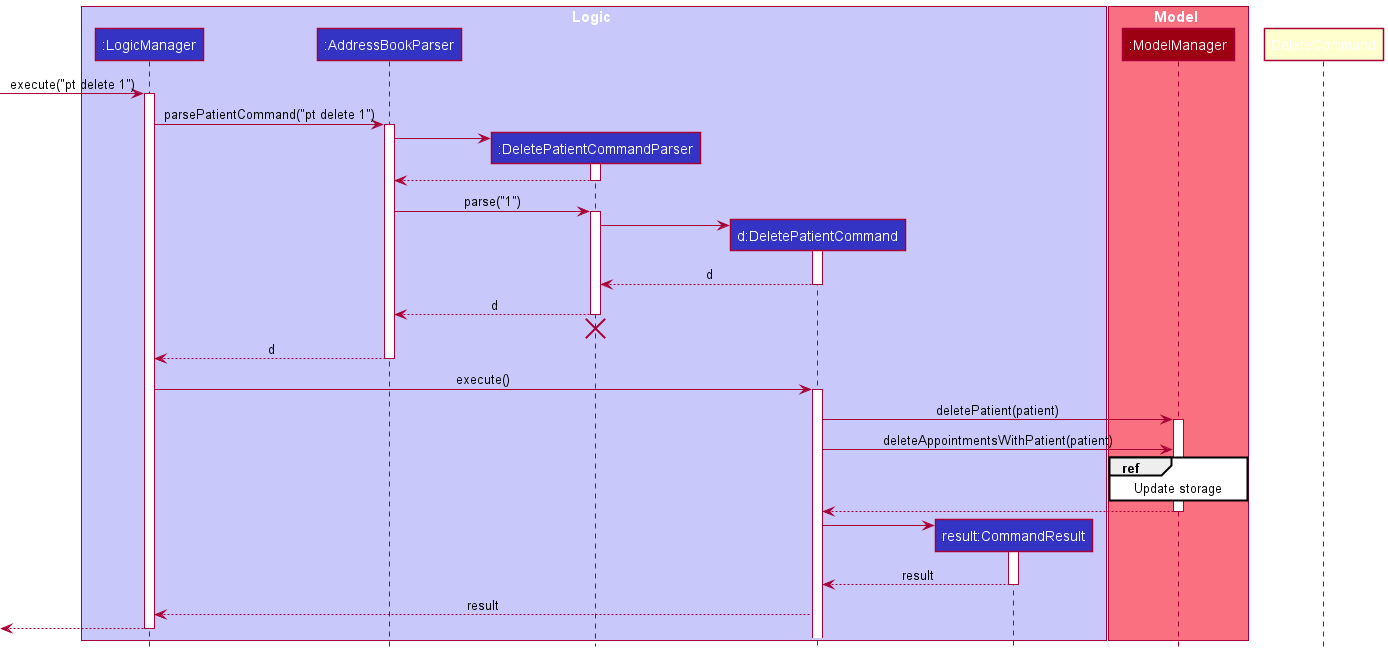
AY2122S1-CS2103-W14-1/tp keeps this PlantUML diagram as docs/diagrams/DeletePatientFeatureSequenceDiagram.png. Above is the earlier version.
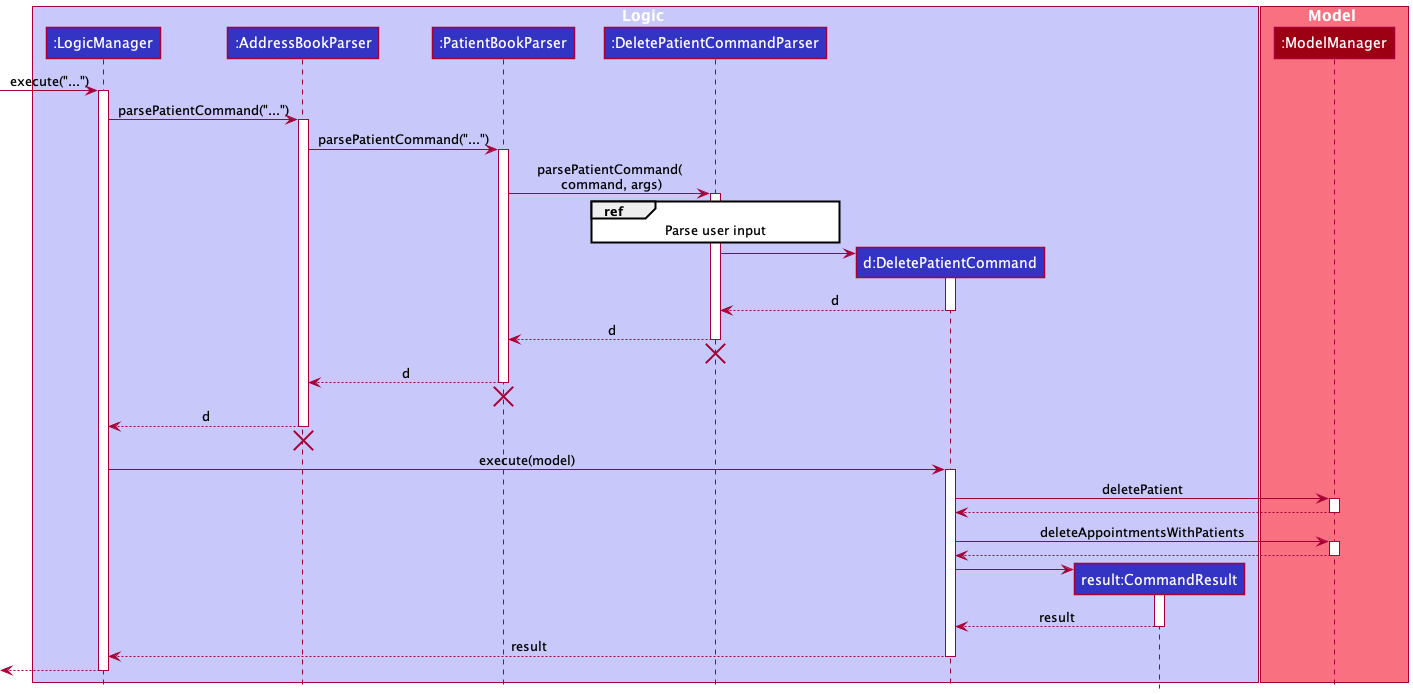
Above is the later version.

Commit message:
Update sequence diagrams

The edit, as a diff of the source:
```diff
@@ -4,6 +4,7 @@
 box Logic LOGIC_COLOR_T1
 participant ":LogicManager" as LogicManager LOGIC_COLOR
 participant ":AddressBookParser" as AddressBookParser LOGIC_COLOR
+participant ":PatientBookParser" as PatientBookParser LOGIC_COLOR
 participant ":DeletePatientCommandParser" as DeletePatientCommandParser LOGIC_COLOR
 participant "d:DeletePatientCommand" as DeletePatientCommand LOGIC_COLOR
 participant "result:CommandResult" as CommandResult LOGIC_COLOR
@@ -14,21 +15,20 @@
 participant ":ModelManager" as ModelManager MODEL_COLOR
 end box
 
-[-> LogicManager : execute("pt delete 1")
+[-> LogicManager : execute("...")
 activate LogicManager
 
-LogicManager -> AddressBookParser : parsePatientCommand("pt delete 1")
+LogicManager -> AddressBookParser : parsePatientCommand("...")
 activate AddressBookParser
 
-create DeletePatientCommandParser
-AddressBookParser -> DeletePatientCommandParser
+AddressBookParser -> PatientBookParser : parsePatientCommand("...")
+activate PatientBookParser
+
+
+PatientBookParser -> DeletePatientCommandParser : parsePatientCommand(\n command, args)
 activate DeletePatientCommandParser
+ref over DeletePatientCommandParser: Parse user input
 
-DeletePatientCommandParser --> AddressBookParser
-deactivate DeletePatientCommandParser
-
-AddressBookParser -> DeletePatientCommandParser : parse("1")
-activate DeletePatientCommandParser
 
 create DeletePatientCommand
 DeletePatientCommandParser -> DeletePatientCommand
@@ -37,23 +37,31 @@
 DeletePatientCommand --> DeletePatientCommandParser : d
 deactivate DeletePatientCommand
 
-DeletePatientCommandParser --> AddressBookParser : d
+DeletePatientCommandParser --> PatientBookParser : d
 deactivate DeletePatientCommandParser
-
 DeletePatientCommandParser -[hidden]-> AddressBookParser
 destroy DeletePatientCommandParser
 
+PatientBookParser --> AddressBookParser : d
+deactivate PatientBookParser
+PatientBookParser -[hidden]-> AddressBookParser
+destroy PatientBookParser
+
+
 AddressBookParser --> LogicManager : d
 deactivate AddressBookParser
+AddressBookParser -[hidden]-> LogicManager
+destroy AddressBookParser
 
-LogicManager -> DeletePatientCommand : execute()
+LogicManager -> DeletePatientCommand : execute(model)
 activate DeletePatientCommand
 
-DeletePatientCommand -> ModelManager : deletePatient(patient)
+DeletePatientCommand -> ModelManager : deletePatient
 activate ModelManager
-DeletePatientCommand -> ModelManager : deleteAppointmentsWithPatient(patient)
-ref over ModelManager: Update storage
-
+ModelManager --> DeletePatientCommand
+deactivate ModelManager
+DeletePatientCommand -> ModelManager : deleteAppointmentsWithPatients
+activate ModelManager
 ModelManager --> DeletePatientCommand
 deactivate ModelManager
 
@@ -65,7 +73,7 @@
 deactivate CommandResult
 
 DeletePatientCommand --> LogicManager : result
-deactivate DeleteCommand
+deactivate DeletePatientCommand
 
 [<--LogicManager
 deactivate LogicManager
```
